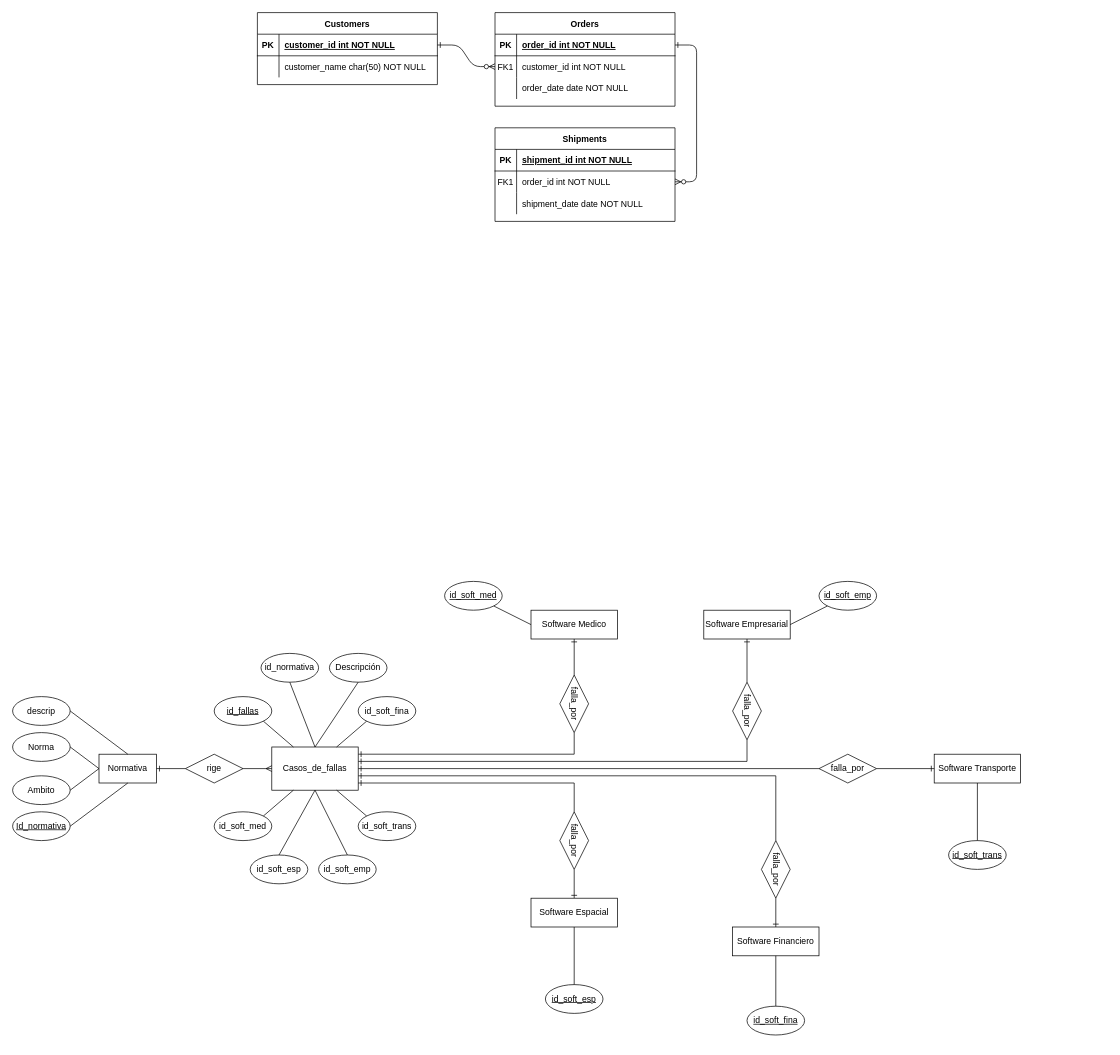
The draw.io diagram DER.drawio in Gabitoto/Safety_Critical_Software, before the edit. Source tidied: cells renumbered, new cells numbered last; positions are measured from the earlier drawing's top-left corner, leaving out a move shared by most shapes. Both pictures are drawn from the tidied source at 72%, with x=0, y=0 at pixel (12, 12).
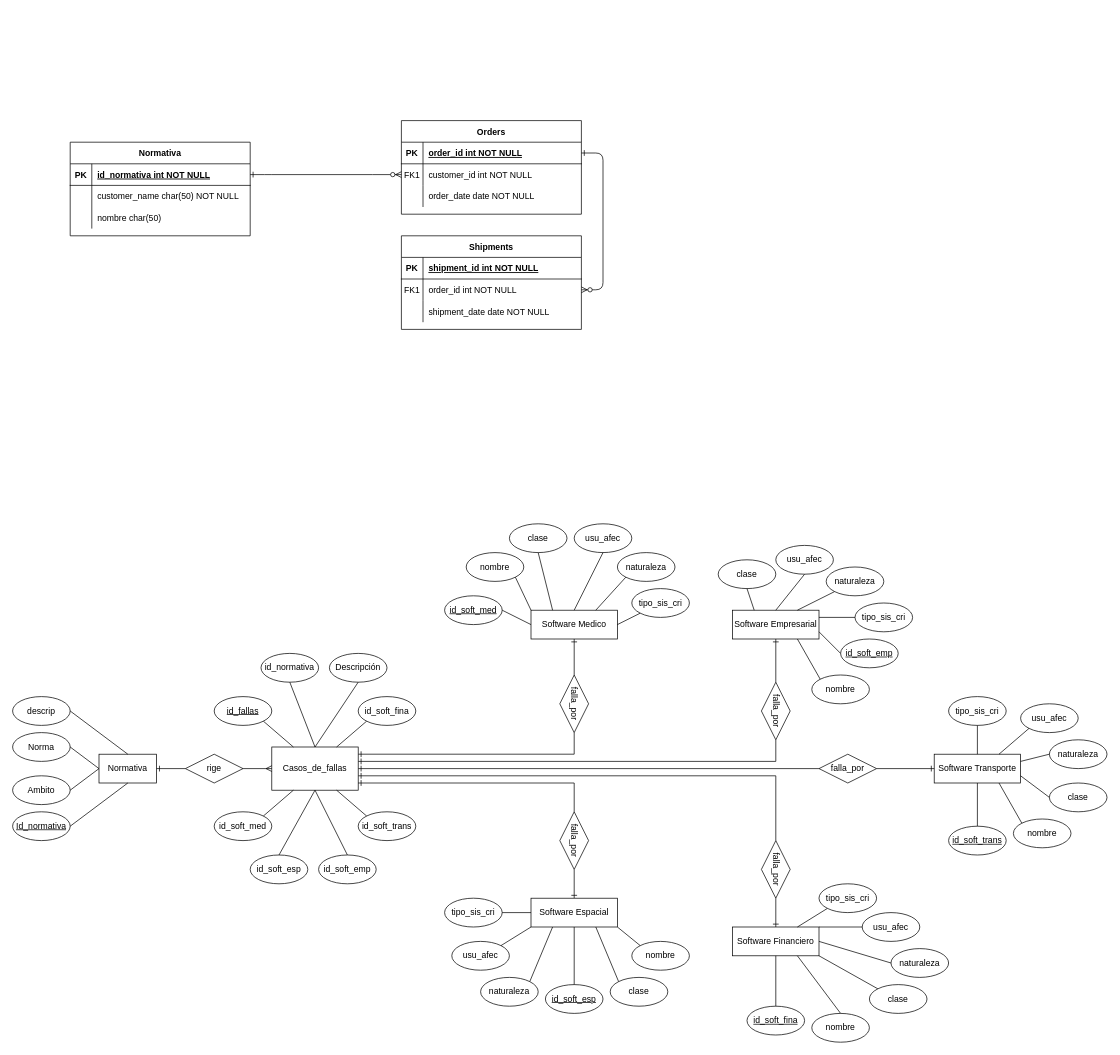
The same diagram, later.

The change refers to these unchanged cells:
```xml
<mxCell id="25" style="shape=partialRectangle;fillColor=none;points=[[0,0.5],[1,0.5]];portConstraint=eastwest;top=0;left=0;right=0;bottom=1;" parent="24" vertex="1">
  <mxGeometry y="30" width="250" height="30" as="geometry" />
</mxCell>
<mxCell id="39" value="Casos_de_fallas" style="whiteSpace=wrap;html=1;align=center;" parent="1" vertex="1">
  <mxGeometry x="360" y="1020" width="120" height="60" as="geometry" />
</mxCell>
<mxCell id="43" value="Software Medico" style="whiteSpace=wrap;html=1;align=center;" parent="1" vertex="1">
  <mxGeometry x="720" y="830" width="120" height="40" as="geometry" />
</mxCell>
<mxCell id="45" value="Software Espacial" style="whiteSpace=wrap;html=1;align=center;" parent="1" vertex="1">
  <mxGeometry x="720" y="1230" width="120" height="40" as="geometry" />
</mxCell>
<mxCell id="54" value="Software Financiero" style="whiteSpace=wrap;html=1;align=center;" parent="1" vertex="1">
  <mxGeometry x="1000" y="1270" width="120" height="40" as="geometry" />
</mxCell>
<mxCell id="55" value="Software Transporte" style="whiteSpace=wrap;html=1;align=center;" parent="1" vertex="1">
  <mxGeometry x="1280" y="1030" width="120" height="40" as="geometry" />
</mxCell>
```

Diff of the diagram source:
```diff
@@
     <mxCell id="4" value="Orders" style="shape=table;startSize=30;childLayout=tableLayout;rowLines=0;fontStyle=1;align=center;" parent="1" vertex="1">
-      <mxGeometry x="670" width="250" height="130" as="geometry" />
+      <mxGeometry x="540" y="150" width="250" height="130" as="geometry" />
     </mxCell>
@@
     <mxCell id="14" value="Shipments" style="shape=table;startSize=30;childLayout=tableLayout;rowLines=0;fontStyle=1;align=center;" parent="1" vertex="1">
-      <mxGeometry x="670" y="160" width="250" height="130" as="geometry" />
+      <mxGeometry x="540" y="310" width="250" height="130" as="geometry" />
     </mxCell>
@@
-    <mxCell id="24" value="Customers" style="shape=table;startSize=30;childLayout=tableLayout;rowLines=0;fontStyle=1;align=center;" parent="1" vertex="1">
-      <mxGeometry x="340" width="250" height="100" as="geometry" />
+    <mxCell id="24" value="Normativa" style="shape=table;startSize=30;childLayout=tableLayout;rowLines=0;fontStyle=1;align=center;" parent="1" vertex="1">
+      <mxGeometry x="80" y="180" width="250" height="130" as="geometry" />
     </mxCell>
@@
-    <mxCell id="27" value="customer_id int NOT NULL " style="shape=partialRectangle;overflow=hidden;fillColor=none;top=0;left=0;bottom=0;right=0;align=left;spacingLeft=6;fontStyle=5;" parent="25" vertex="1">
+    <mxCell id="27" value="id_normativa int NOT NULL " style="shape=partialRectangle;overflow=hidden;fillColor=none;top=0;left=0;bottom=0;right=0;align=left;spacingLeft=6;fontStyle=5;" parent="25" vertex="1">
       <mxGeometry x="30" width="220" height="30" as="geometry" />
     </mxCell>
@@
+    <mxCell id="90" style="shape=partialRectangle;fillColor=none;top=0;left=0;right=0;bottom=0;" parent="24" vertex="1">
+      <mxGeometry y="90" width="250" height="30" as="geometry" />
+    </mxCell>
+    <mxCell id="91" style="shape=partialRectangle;overflow=hidden;fillColor=none;top=0;left=0;bottom=0;right=0;" parent="90" vertex="1">
+      <mxGeometry width="30" height="30" as="geometry" />
+    </mxCell>
+    <mxCell id="92" value="nombre char(50) " style="shape=partialRectangle;overflow=hidden;fillColor=none;top=0;left=0;bottom=0;right=0;align=left;spacingLeft=6;" parent="90" vertex="1">
+      <mxGeometry x="30" width="220" height="30" as="geometry" />
+    </mxCell>
@@
     <mxCell id="36" style="edgeStyle=orthogonalEdgeStyle;rounded=0;jettySize=auto;html=1;entryX=1;entryY=0.5;entryDx=0;entryDy=0;endArrow=none;startFill=0;startArrow=ERone;" parent="1" edge="1" source="39" target="76">
       <mxGeometry relative="1" as="geometry">
         <Array as="points">
-          <mxPoint x="1020" y="1040" />
+          <mxPoint x="1060" y="1040" />
         </Array>
       </mxGeometry>
     </mxCell>
@@
     <mxCell id="44" value="Software Empresarial" style="whiteSpace=wrap;html=1;align=center;" parent="1" vertex="1">
-      <mxGeometry x="960" y="830" width="120" height="40" as="geometry" />
+      <mxGeometry x="1000" y="830" width="120" height="40" as="geometry" />
     </mxCell>
@@
     <mxCell id="76" value="falla_por" style="shape=rhombus;perimeter=rhombusPerimeter;whiteSpace=wrap;html=1;align=center;rotation=90;" parent="1" vertex="1">
-      <mxGeometry x="980" y="950" width="80" height="40" as="geometry" />
+      <mxGeometry x="1020" y="950" width="80" height="40" as="geometry" />
     </mxCell>
@@
     <mxCell id="80" value="&lt;u&gt;id_soft_med&lt;/u&gt;" style="ellipse;whiteSpace=wrap;html=1;align=center;fontStyle=0;" parent="1" vertex="1">
-      <mxGeometry x="600" y="790" width="80" height="40" as="geometry" />
+      <mxGeometry x="600" y="810" width="80" height="40" as="geometry" />
     </mxCell>
@@
     <mxCell id="82" value="&lt;u&gt;id_soft_emp&lt;/u&gt;" style="ellipse;whiteSpace=wrap;html=1;align=center;fontStyle=0;" parent="1" vertex="1">
-      <mxGeometry x="1120" y="790" width="80" height="40" as="geometry" />
+      <mxGeometry x="1150" y="870" width="80" height="40" as="geometry" />
     </mxCell>
@@
     <mxCell id="84" value="&lt;u&gt;id_soft_trans&lt;/u&gt;" style="ellipse;whiteSpace=wrap;html=1;align=center;fontStyle=0;" parent="1" vertex="1">
-      <mxGeometry x="1300" y="1150" width="80" height="40" as="geometry" />
+      <mxGeometry x="1300" y="1130" width="80" height="40" as="geometry" />
     </mxCell>
-    <mxCell id="85" style="endArrow=none;html=1;rounded=0;exitX=1;exitY=1;exitDx=0;exitDy=0;entryX=0;entryY=0.5;entryDx=0;entryDy=0;" parent="1" edge="1" source="80" target="43">
+    <mxCell id="85" style="endArrow=none;html=1;rounded=0;exitX=1;exitY=0.5;exitDx=0;exitDy=0;entryX=0;entryY=0.5;entryDx=0;entryDy=0;" parent="1" edge="1" source="80" target="43">
       <mxGeometry relative="1" as="geometry" />
     </mxCell>
-    <mxCell id="86" style="endArrow=none;html=1;rounded=0;exitX=1;exitY=0.5;exitDx=0;exitDy=0;entryX=0;entryY=1;entryDx=0;entryDy=0;" parent="1" edge="1" source="44" target="82">
+    <mxCell id="86" style="endArrow=none;html=1;rounded=0;exitX=1;exitY=0.75;exitDx=0;exitDy=0;entryX=0;entryY=0.5;entryDx=0;entryDy=0;" parent="1" edge="1" source="44" target="82">
       <mxGeometry relative="1" as="geometry" />
     </mxCell>
@@
+    <mxCell id="93" value="nombre" style="ellipse;whiteSpace=wrap;html=1;align=center;fontStyle=0;" parent="1" vertex="1">
+      <mxGeometry x="630" y="750" width="80" height="40" as="geometry" />
+    </mxCell>
+    <mxCell id="94" value="clase" style="ellipse;whiteSpace=wrap;html=1;align=center;fontStyle=0;" parent="1" vertex="1">
+      <mxGeometry x="690" y="710" width="80" height="40" as="geometry" />
+    </mxCell>
+    <mxCell id="95" value="usu_afec" style="ellipse;whiteSpace=wrap;html=1;align=center;fontStyle=0;" parent="1" vertex="1">
+      <mxGeometry x="780" y="710" width="80" height="40" as="geometry" />
+    </mxCell>
+    <mxCell id="96" value="naturaleza" style="ellipse;whiteSpace=wrap;html=1;align=center;fontStyle=0;" parent="1" vertex="1">
+      <mxGeometry x="840" y="750" width="80" height="40" as="geometry" />
+    </mxCell>
+    <mxCell id="97" value="tipo_sis_cri" style="ellipse;whiteSpace=wrap;html=1;align=center;fontStyle=0;" parent="1" vertex="1">
+      <mxGeometry x="860" y="800" width="80" height="40" as="geometry" />
+    </mxCell>
+    <mxCell id="98" style="endArrow=none;html=1;rounded=0;exitX=1;exitY=1;exitDx=0;exitDy=0;entryX=0;entryY=0;entryDx=0;entryDy=0;" parent="1" edge="1" source="93" target="43">
+      <mxGeometry relative="1" as="geometry" />
+    </mxCell>
+    <mxCell id="99" style="endArrow=none;html=1;rounded=0;exitX=0.5;exitY=1;exitDx=0;exitDy=0;entryX=0.25;entryY=0;entryDx=0;entryDy=0;" parent="1" edge="1" source="94" target="43">
+      <mxGeometry relative="1" as="geometry" />
+    </mxCell>
+    <mxCell id="100" style="endArrow=none;html=1;rounded=0;exitX=0.5;exitY=1;exitDx=0;exitDy=0;entryX=0.5;entryY=0;entryDx=0;entryDy=0;" parent="1" edge="1" source="95" target="43">
+      <mxGeometry relative="1" as="geometry" />
+    </mxCell>
+    <mxCell id="101" style="endArrow=none;html=1;rounded=0;exitX=0;exitY=1;exitDx=0;exitDy=0;entryX=0.75;entryY=0;entryDx=0;entryDy=0;" parent="1" edge="1" source="96" target="43">
+      <mxGeometry relative="1" as="geometry" />
+    </mxCell>
+    <mxCell id="102" style="endArrow=none;html=1;rounded=0;exitX=0;exitY=1;exitDx=0;exitDy=0;entryX=1;entryY=0.5;entryDx=0;entryDy=0;" parent="1" edge="1" source="97" target="43">
+      <mxGeometry relative="1" as="geometry" />
+    </mxCell>
+    <mxCell id="103" value="nombre" style="ellipse;whiteSpace=wrap;html=1;align=center;fontStyle=0;" parent="1" vertex="1">
+      <mxGeometry x="1390" y="1120" width="80" height="40" as="geometry" />
+    </mxCell>
+    <mxCell id="104" value="clase" style="ellipse;whiteSpace=wrap;html=1;align=center;fontStyle=0;" parent="1" vertex="1">
+      <mxGeometry x="1440" y="1070" width="80" height="40" as="geometry" />
+    </mxCell>
+    <mxCell id="105" value="usu_afec" style="ellipse;whiteSpace=wrap;html=1;align=center;fontStyle=0;" parent="1" vertex="1">
+      <mxGeometry x="1400" y="960" width="80" height="40" as="geometry" />
+    </mxCell>
+    <mxCell id="106" value="naturaleza" style="ellipse;whiteSpace=wrap;html=1;align=center;fontStyle=0;" parent="1" vertex="1">
+      <mxGeometry x="1440" y="1010" width="80" height="40" as="geometry" />
+    </mxCell>
+    <mxCell id="107" style="edgeStyle=orthogonalEdgeStyle;rounded=0;orthogonalLoop=1;jettySize=auto;html=1;exitX=0.5;exitY=1;exitDx=0;exitDy=0;" parent="1" edge="1" source="104" target="104">
+      <mxGeometry relative="1" as="geometry" />
+    </mxCell>
+    <mxCell id="108" value="tipo_sis_cri" style="ellipse;whiteSpace=wrap;html=1;align=center;fontStyle=0;" parent="1" vertex="1">
+      <mxGeometry x="1300" y="950" width="80" height="40" as="geometry" />
+    </mxCell>
+    <mxCell id="109" style="endArrow=none;html=1;rounded=0;exitX=0.5;exitY=1;exitDx=0;exitDy=0;entryX=0.5;entryY=0;entryDx=0;entryDy=0;" parent="1" edge="1" source="108" target="55">
+      <mxGeometry relative="1" as="geometry" />
+    </mxCell>
+    <mxCell id="110" style="endArrow=none;html=1;rounded=0;exitX=0;exitY=1;exitDx=0;exitDy=0;entryX=0.75;entryY=0;entryDx=0;entryDy=0;" parent="1" edge="1" source="105" target="55">
+      <mxGeometry relative="1" as="geometry" />
+    </mxCell>
+    <mxCell id="111" style="endArrow=none;html=1;rounded=0;exitX=0;exitY=0;exitDx=0;exitDy=0;entryX=0.75;entryY=1;entryDx=0;entryDy=0;" parent="1" edge="1" source="103" target="55">
+      <mxGeometry relative="1" as="geometry" />
+    </mxCell>
+    <mxCell id="112" style="endArrow=none;html=1;rounded=0;exitX=0;exitY=0.5;exitDx=0;exitDy=0;entryX=1;entryY=0.25;entryDx=0;entryDy=0;" parent="1" edge="1" source="106" target="55">
+      <mxGeometry relative="1" as="geometry" />
+    </mxCell>
+    <mxCell id="113" style="endArrow=none;html=1;rounded=0;exitX=0;exitY=0.5;exitDx=0;exitDy=0;entryX=1;entryY=0.75;entryDx=0;entryDy=0;" parent="1" edge="1" source="104" target="55">
+      <mxGeometry relative="1" as="geometry" />
+    </mxCell>
+    <mxCell id="114" value="tipo_sis_cri" style="ellipse;whiteSpace=wrap;html=1;align=center;fontStyle=0;" parent="1" vertex="1">
+      <mxGeometry x="1170" y="820" width="80" height="40" as="geometry" />
+    </mxCell>
+    <mxCell id="115" value="naturaleza" style="ellipse;whiteSpace=wrap;html=1;align=center;fontStyle=0;" parent="1" vertex="1">
+      <mxGeometry x="1130" y="770" width="80" height="40" as="geometry" />
+    </mxCell>
+    <mxCell id="116" value="usu_afec" style="ellipse;whiteSpace=wrap;html=1;align=center;fontStyle=0;" parent="1" vertex="1">
+      <mxGeometry x="1060" y="740" width="80" height="40" as="geometry" />
+    </mxCell>
+    <mxCell id="117" value="clase" style="ellipse;whiteSpace=wrap;html=1;align=center;fontStyle=0;" parent="1" vertex="1">
+      <mxGeometry x="980" y="760" width="80" height="40" as="geometry" />
+    </mxCell>
+    <mxCell id="118" value="nombre" style="ellipse;whiteSpace=wrap;html=1;align=center;fontStyle=0;" parent="1" vertex="1">
+      <mxGeometry x="1110" y="920" width="80" height="40" as="geometry" />
+    </mxCell>
+    <mxCell id="119" style="endArrow=none;html=1;rounded=0;entryX=0;entryY=0;entryDx=0;entryDy=0;exitX=0.75;exitY=1;exitDx=0;exitDy=0;" parent="1" edge="1" source="44" target="118">
+      <mxGeometry relative="1" as="geometry" />
+    </mxCell>
+    <mxCell id="120" style="endArrow=none;html=1;rounded=0;exitX=1;exitY=0.25;exitDx=0;exitDy=0;entryX=0;entryY=0.5;entryDx=0;entryDy=0;" parent="1" edge="1" source="44" target="114">
+      <mxGeometry relative="1" as="geometry" />
+    </mxCell>
+    <mxCell id="121" style="endArrow=none;html=1;rounded=0;entryX=0;entryY=1;entryDx=0;entryDy=0;exitX=0.75;exitY=0;exitDx=0;exitDy=0;" parent="1" edge="1" source="44" target="115">
+      <mxGeometry relative="1" as="geometry" />
+    </mxCell>
+    <mxCell id="122" style="endArrow=none;html=1;rounded=0;exitX=0.5;exitY=1;exitDx=0;exitDy=0;entryX=0.5;entryY=0;entryDx=0;entryDy=0;" parent="1" edge="1" source="116" target="44">
+      <mxGeometry relative="1" as="geometry" />
+    </mxCell>
+    <mxCell id="123" style="endArrow=none;html=1;rounded=0;exitX=0.5;exitY=1;exitDx=0;exitDy=0;entryX=0.25;entryY=0;entryDx=0;entryDy=0;" parent="1" edge="1" source="117" target="44">
+      <mxGeometry relative="1" as="geometry" />
+    </mxCell>
+    <mxCell id="124" value="nombre" style="ellipse;whiteSpace=wrap;html=1;align=center;fontStyle=0;" parent="1" vertex="1">
+      <mxGeometry x="1110" y="1390" width="80" height="40" as="geometry" />
+    </mxCell>
+    <mxCell id="125" value="clase" style="ellipse;whiteSpace=wrap;html=1;align=center;fontStyle=0;" parent="1" vertex="1">
+      <mxGeometry x="1190" y="1350" width="80" height="40" as="geometry" />
+    </mxCell>
+    <mxCell id="126" value="usu_afec" style="ellipse;whiteSpace=wrap;html=1;align=center;fontStyle=0;" parent="1" vertex="1">
+      <mxGeometry x="1180" y="1250" width="80" height="40" as="geometry" />
+    </mxCell>
+    <mxCell id="127" value="naturaleza" style="ellipse;whiteSpace=wrap;html=1;align=center;fontStyle=0;" parent="1" vertex="1">
+      <mxGeometry x="1220" y="1300" width="80" height="40" as="geometry" />
+    </mxCell>
+    <mxCell id="128" value="tipo_sis_cri" style="ellipse;whiteSpace=wrap;html=1;align=center;fontStyle=0;" parent="1" vertex="1">
+      <mxGeometry x="1120" y="1210" width="80" height="40" as="geometry" />
+    </mxCell>
+    <mxCell id="129" value="nombre" style="ellipse;whiteSpace=wrap;html=1;align=center;fontStyle=0;" parent="1" vertex="1">
+      <mxGeometry x="860" y="1290" width="80" height="40" as="geometry" />
+    </mxCell>
+    <mxCell id="130" value="clase" style="ellipse;whiteSpace=wrap;html=1;align=center;fontStyle=0;" parent="1" vertex="1">
+      <mxGeometry x="830" y="1340" width="80" height="40" as="geometry" />
+    </mxCell>
+    <mxCell id="131" value="usu_afec" style="ellipse;whiteSpace=wrap;html=1;align=center;fontStyle=0;" parent="1" vertex="1">
+      <mxGeometry x="610" y="1290" width="80" height="40" as="geometry" />
+    </mxCell>
+    <mxCell id="132" value="naturaleza" style="ellipse;whiteSpace=wrap;html=1;align=center;fontStyle=0;" parent="1" vertex="1">
+      <mxGeometry x="650" y="1340" width="80" height="40" as="geometry" />
+    </mxCell>
+    <mxCell id="133" value="tipo_sis_cri" style="ellipse;whiteSpace=wrap;html=1;align=center;fontStyle=0;" parent="1" vertex="1">
+      <mxGeometry x="600" y="1230" width="80" height="40" as="geometry" />
+    </mxCell>
+    <mxCell id="134" style="endArrow=none;html=1;rounded=0;exitX=0.75;exitY=1;exitDx=0;exitDy=0;entryX=0;entryY=0;entryDx=0;entryDy=0;" parent="1" edge="1" source="45" target="130">
+      <mxGeometry relative="1" as="geometry" />
+    </mxCell>
+    <mxCell id="135" style="endArrow=none;html=1;rounded=0;exitX=1;exitY=1;exitDx=0;exitDy=0;entryX=0;entryY=0;entryDx=0;entryDy=0;" parent="1" edge="1" source="45" target="129">
+      <mxGeometry relative="1" as="geometry" />
+    </mxCell>
+    <mxCell id="136" style="endArrow=none;html=1;rounded=0;exitX=0.25;exitY=1;exitDx=0;exitDy=0;entryX=1;entryY=0;entryDx=0;entryDy=0;" parent="1" edge="1" source="45" target="132">
+      <mxGeometry relative="1" as="geometry" />
+    </mxCell>
+    <mxCell id="137" style="endArrow=none;html=1;rounded=0;exitX=0;exitY=1;exitDx=0;exitDy=0;entryX=1;entryY=0;entryDx=0;entryDy=0;" parent="1" edge="1" source="45" target="131">
+      <mxGeometry relative="1" as="geometry" />
+    </mxCell>
+    <mxCell id="138" style="endArrow=none;html=1;rounded=0;exitX=0;exitY=0.5;exitDx=0;exitDy=0;entryX=1;entryY=0.5;entryDx=0;entryDy=0;" parent="1" edge="1" source="45" target="133">
+      <mxGeometry relative="1" as="geometry" />
+    </mxCell>
+    <mxCell id="139" style="endArrow=none;html=1;rounded=0;exitX=0.5;exitY=0;exitDx=0;exitDy=0;entryX=0.75;entryY=1;entryDx=0;entryDy=0;" parent="1" edge="1" source="124" target="54">
+      <mxGeometry relative="1" as="geometry" />
+    </mxCell>
+    <mxCell id="140" style="endArrow=none;html=1;rounded=0;exitX=0;exitY=0;exitDx=0;exitDy=0;entryX=1;entryY=1;entryDx=0;entryDy=0;" parent="1" edge="1" source="125" target="54">
+      <mxGeometry relative="1" as="geometry" />
+    </mxCell>
+    <mxCell id="141" style="endArrow=none;html=1;rounded=0;exitX=0;exitY=0.5;exitDx=0;exitDy=0;entryX=1;entryY=0.5;entryDx=0;entryDy=0;" parent="1" edge="1" source="127" target="54">
+      <mxGeometry relative="1" as="geometry" />
+    </mxCell>
+    <mxCell id="142" style="endArrow=none;html=1;rounded=0;exitX=0;exitY=0.5;exitDx=0;exitDy=0;entryX=1;entryY=0;entryDx=0;entryDy=0;" parent="1" edge="1" source="126" target="54">
+      <mxGeometry relative="1" as="geometry" />
+    </mxCell>
+    <mxCell id="143" style="endArrow=none;html=1;rounded=0;exitX=0;exitY=1;exitDx=0;exitDy=0;entryX=0.75;entryY=0;entryDx=0;entryDy=0;" parent="1" edge="1" source="128" target="54">
+      <mxGeometry relative="1" as="geometry" />
+    </mxCell>
```
